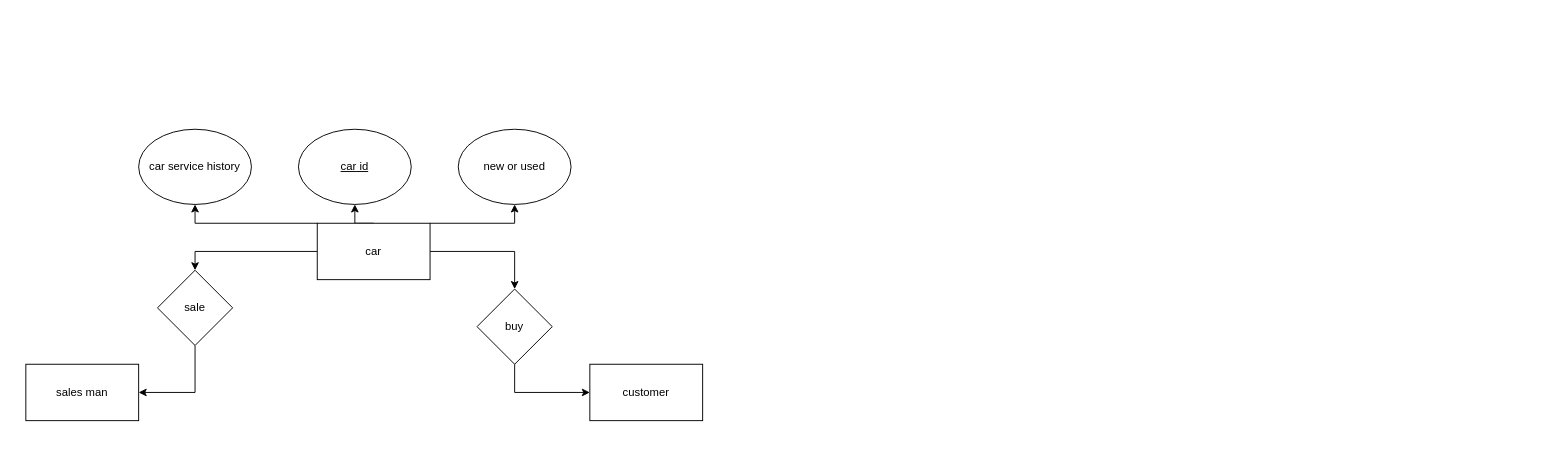
Zoha-bigginer/z keeps this draw.io diagram as Untitled Diagram.drawio. Above is the earlier version. Source tidied: cells renumbered, new cells numbered last; positions are measured from the earlier drawing's top-left corner, leaving out a move shared by most shapes. Both pictures are drawn from the tidied source at 94%, with x=0, y=0 at pixel (25, 129).
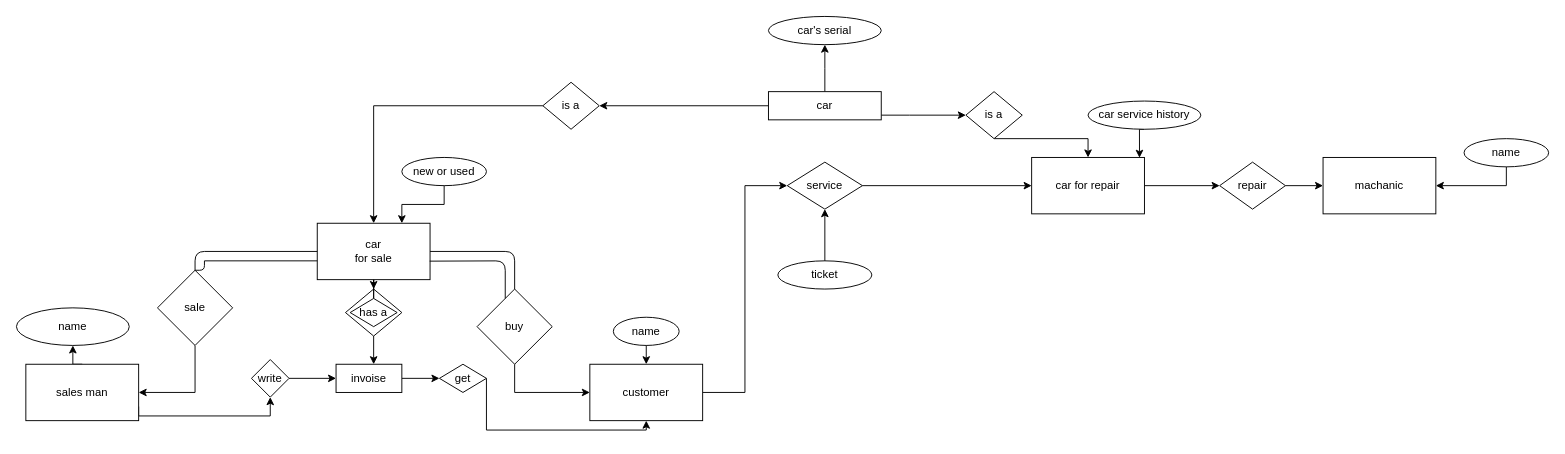
After the change.

Unchanged cells that the change refers to:
```xml
<mxCell id="11" value="&lt;div&gt;sales man&lt;/div&gt;" style="rounded=0;whiteSpace=wrap;html=1;" parent="1" vertex="1">
  <mxGeometry y="250" width="120" height="60" as="geometry" />
</mxCell>
<mxCell id="12" value="&lt;div&gt;customer&lt;/div&gt;" style="rounded=0;whiteSpace=wrap;html=1;" parent="1" vertex="1">
  <mxGeometry x="600" y="250" width="120" height="60" as="geometry" />
</mxCell>
<mxCell id="14" value="&lt;div&gt;sale&lt;/div&gt;" style="rhombus;whiteSpace=wrap;html=1;" parent="1" vertex="1">
  <mxGeometry x="140" y="150" width="80" height="80" as="geometry" />
</mxCell>
<mxCell id="16" value="&lt;div&gt;buy&lt;/div&gt;" style="rhombus;whiteSpace=wrap;html=1;" parent="1" vertex="1">
  <mxGeometry x="480" y="170" width="80" height="80" as="geometry" />
</mxCell>
```

Diff of the diagram source:
```diff
@@
-    <mxCell id="2" style="edgeStyle=orthogonalEdgeStyle;rounded=0;jettySize=auto;html=1;exitX=0;exitY=0;exitDx=0;exitDy=0;entryX=0.5;entryY=1;entryDx=0;entryDy=0;" parent="1" edge="1" source="7" target="10">
-      <mxGeometry relative="1" as="geometry">
-        <Array as="points">
-          <mxPoint x="180" y="100" />
-        </Array>
-      </mxGeometry>
-    </mxCell>
-    <mxCell id="3" style="edgeStyle=orthogonalEdgeStyle;rounded=0;jettySize=auto;html=1;exitX=0.5;exitY=0;exitDx=0;exitDy=0;entryX=0.5;entryY=1;entryDx=0;entryDy=0;" parent="1" edge="1" source="7" target="9">
-      <mxGeometry relative="1" as="geometry" />
-    </mxCell>
-    <mxCell id="4" style="edgeStyle=orthogonalEdgeStyle;rounded=0;jettySize=auto;html=1;exitX=1;exitY=0;exitDx=0;exitDy=0;entryX=0.5;entryY=1;entryDx=0;entryDy=0;" parent="1" edge="1" source="7" target="8">
-      <mxGeometry relative="1" as="geometry">
-        <Array as="points">
-          <mxPoint x="520" y="100" />
-        </Array>
-      </mxGeometry>
-    </mxCell>
-    <mxCell id="5" style="edgeStyle=orthogonalEdgeStyle;rounded=0;jettySize=auto;html=1;exitX=0;exitY=0.5;exitDx=0;exitDy=0;entryX=0.5;entryY=0;entryDx=0;entryDy=0;" parent="1" edge="1" source="7" target="14">
-      <mxGeometry relative="1" as="geometry" />
-    </mxCell>
-    <mxCell id="6" style="edgeStyle=orthogonalEdgeStyle;rounded=0;jettySize=auto;html=1;exitX=1;exitY=0.5;exitDx=0;exitDy=0;entryX=0.5;entryY=0;entryDx=0;entryDy=0;" parent="1" edge="1" source="7" target="16">
-      <mxGeometry relative="1" as="geometry" />
-    </mxCell>
+    <mxCell id="17" style="edgeStyle=orthogonalEdgeStyle;rounded=0;jettySize=auto;html=1;exitX=0.5;exitY=1;exitDx=0;exitDy=0;" parent="1" edge="1" source="7" target="34">
+      <mxGeometry relative="1" as="geometry" />
+    </mxCell>
-    <mxCell id="7" value="&lt;div&gt;car&lt;/div&gt;" style="rounded=0;whiteSpace=wrap;html=1;" parent="1" vertex="1">
+    <mxCell id="7" value="&lt;div&gt;car&lt;/div&gt;&lt;div&gt;for sale&lt;/div&gt;" style="rounded=0;whiteSpace=wrap;html=1;" parent="1" vertex="1">
       <mxGeometry x="310" y="100" width="120" height="60" as="geometry" />
     </mxCell>
-    <mxCell id="8" value="&lt;div&gt;new or used&lt;/div&gt;" style="ellipse;whiteSpace=wrap;html=1;" parent="1" vertex="1">
-      <mxGeometry x="460" width="120" height="80" as="geometry" />
-    </mxCell>
-    <mxCell id="9" value="&lt;u&gt;car id&lt;/u&gt;" style="ellipse;whiteSpace=wrap;html=1;" parent="1" vertex="1">
-      <mxGeometry x="290" width="120" height="80" as="geometry" />
-    </mxCell>
-    <mxCell id="10" value="&lt;div&gt;car service history&lt;/div&gt;" style="ellipse;whiteSpace=wrap;html=1;" parent="1" vertex="1">
-      <mxGeometry x="120" width="120" height="80" as="geometry" />
-    </mxCell>
+    <mxCell id="18" style="edgeStyle=orthogonalEdgeStyle;rounded=0;jettySize=auto;html=1;exitX=1;exitY=0.75;exitDx=0;exitDy=0;entryX=0.5;entryY=1;entryDx=0;entryDy=0;" parent="1" edge="1" source="11" target="29">
+      <mxGeometry relative="1" as="geometry">
+        <Array as="points">
+          <mxPoint x="120" y="305" />
+          <mxPoint x="260" y="305" />
+        </Array>
+      </mxGeometry>
+    </mxCell>
+    <mxCell id="19" style="edgeStyle=orthogonalEdgeStyle;rounded=0;jettySize=auto;html=1;exitX=0.5;exitY=0;exitDx=0;exitDy=0;entryX=0.5;entryY=1;entryDx=0;entryDy=0;" parent="1" edge="1" source="11" target="35">
+      <mxGeometry relative="1" as="geometry" />
+    </mxCell>
@@
+    <mxCell id="20" style="edgeStyle=orthogonalEdgeStyle;rounded=0;jettySize=auto;html=1;exitX=1;exitY=0.5;exitDx=0;exitDy=0;entryX=0;entryY=0.5;entryDx=0;entryDy=0;" parent="1" edge="1" source="12" target="54">
+      <mxGeometry relative="1" as="geometry" />
+    </mxCell>
@@
+    <mxCell id="21" style="endArrow=none;html=1;exitX=0.997;exitY=0.672;exitDx=0;exitDy=0;exitPerimeter=0;entryX=0.375;entryY=0.125;entryDx=0;entryDy=0;entryPerimeter=0;" parent="1" edge="1" source="7" target="16">
+      <mxGeometry relative="1" as="geometry">
+        <Array as="points">
+          <mxPoint x="510" y="140" />
+        </Array>
+      </mxGeometry>
+    </mxCell>
+    <mxCell id="22" style="endArrow=none;html=1;exitX=1;exitY=0.5;exitDx=0;exitDy=0;entryX=0.5;entryY=0;entryDx=0;entryDy=0;" parent="1" edge="1" source="7" target="16">
+      <mxGeometry relative="1" as="geometry">
+        <Array as="points">
+          <mxPoint x="520" y="130" />
+        </Array>
+      </mxGeometry>
+    </mxCell>
+    <mxCell id="23" style="endArrow=none;html=1;exitX=0.5;exitY=0;exitDx=0;exitDy=0;" parent="1" edge="1" source="14">
+      <mxGeometry relative="1" as="geometry">
+        <mxPoint x="190" y="140" as="targetPoint" />
+        <Array as="points">
+          <mxPoint x="190" y="150" />
+        </Array>
+      </mxGeometry>
+    </mxCell>
+    <mxCell id="24" style="endArrow=none;html=1;" parent="1" edge="1">
+      <mxGeometry relative="1" as="geometry">
+        <mxPoint x="190" y="140" as="sourcePoint" />
+        <mxPoint x="310" y="140" as="targetPoint" />
+      </mxGeometry>
+    </mxCell>
+    <mxCell id="25" style="endArrow=none;html=1;entryX=0;entryY=0.5;entryDx=0;entryDy=0;" parent="1" edge="1" target="7">
+      <mxGeometry relative="1" as="geometry">
+        <mxPoint x="180" y="150" as="sourcePoint" />
+        <Array as="points">
+          <mxPoint x="180" y="130" />
+        </Array>
+      </mxGeometry>
+    </mxCell>
+    <mxCell id="26" style="edgeStyle=orthogonalEdgeStyle;rounded=0;jettySize=auto;html=1;exitX=1;exitY=0.5;exitDx=0;exitDy=0;entryX=0;entryY=0.5;entryDx=0;entryDy=0;" parent="1" edge="1" source="27" target="31">
+      <mxGeometry relative="1" as="geometry" />
+    </mxCell>
+    <mxCell id="27" value="invoise" style="rounded=0;whiteSpace=wrap;html=1;" parent="1" vertex="1">
+      <mxGeometry x="330" y="250" width="70" height="30" as="geometry" />
+    </mxCell>
+    <mxCell id="28" style="edgeStyle=orthogonalEdgeStyle;rounded=0;jettySize=auto;html=1;exitX=1;exitY=0.5;exitDx=0;exitDy=0;entryX=0;entryY=0.5;entryDx=0;entryDy=0;" parent="1" edge="1" source="29" target="27">
+      <mxGeometry relative="1" as="geometry" />
+    </mxCell>
+    <mxCell id="29" value="&lt;div&gt;write&lt;/div&gt;" style="rhombus;whiteSpace=wrap;html=1;" parent="1" vertex="1">
+      <mxGeometry x="240" y="245" width="40" height="40" as="geometry" />
+    </mxCell>
+    <mxCell id="30" style="edgeStyle=orthogonalEdgeStyle;rounded=0;jettySize=auto;html=1;exitX=1;exitY=0.5;exitDx=0;exitDy=0;entryX=0.5;entryY=1;entryDx=0;entryDy=0;" parent="1" edge="1" source="31" target="12">
+      <mxGeometry relative="1" as="geometry">
+        <Array as="points">
+          <mxPoint x="490" y="320" />
+          <mxPoint x="660" y="320" />
+        </Array>
+      </mxGeometry>
+    </mxCell>
+    <mxCell id="31" value="&lt;div&gt;get&lt;/div&gt;" style="rhombus;whiteSpace=wrap;html=1;" parent="1" vertex="1">
+      <mxGeometry x="440" y="250" width="50" height="30" as="geometry" />
+    </mxCell>
+    <mxCell id="32" value="&lt;div&gt;has a&lt;/div&gt;" style="rhombus;whiteSpace=wrap;html=1;" parent="1" vertex="1">
+      <mxGeometry x="345" y="180" width="50" height="30" as="geometry" />
+    </mxCell>
+    <mxCell id="33" style="edgeStyle=orthogonalEdgeStyle;rounded=0;jettySize=auto;html=1;exitX=0.5;exitY=1;exitDx=0;exitDy=0;" parent="1" edge="1" source="34">
+      <mxGeometry relative="1" as="geometry">
+        <mxPoint x="370" y="250" as="targetPoint" />
+      </mxGeometry>
+    </mxCell>
+    <mxCell id="34" style="rhombus;whiteSpace=wrap;html=1;fillColor=none;" parent="1" vertex="1">
+      <mxGeometry x="340" y="170" width="60" height="50" as="geometry" />
+    </mxCell>
+    <mxCell id="35" value="name" style="ellipse;whiteSpace=wrap;html=1;fillColor=none;" parent="1" vertex="1">
+      <mxGeometry x="-10" y="190" width="120" height="40" as="geometry" />
+    </mxCell>
+    <mxCell id="36" style="edgeStyle=orthogonalEdgeStyle;rounded=0;jettySize=auto;html=1;exitX=0.5;exitY=1;exitDx=0;exitDy=0;" parent="1" edge="1" source="37" target="12">
+      <mxGeometry relative="1" as="geometry">
+        <Array as="points">
+          <mxPoint x="660" y="230" />
+        </Array>
+      </mxGeometry>
+    </mxCell>
+    <mxCell id="37" value="&lt;div&gt;name&lt;/div&gt;" style="ellipse;whiteSpace=wrap;html=1;fillColor=none;" parent="1" vertex="1">
+      <mxGeometry x="625" y="200" width="70" height="30" as="geometry" />
+    </mxCell>
+    <mxCell id="38" style="edgeStyle=orthogonalEdgeStyle;rounded=0;jettySize=auto;html=1;exitX=0.5;exitY=0;exitDx=0;exitDy=0;entryX=0.5;entryY=1;entryDx=0;entryDy=0;" parent="1" edge="1" source="41">
+      <mxGeometry relative="1" as="geometry">
+        <mxPoint x="850" y="-90" as="targetPoint" />
+      </mxGeometry>
+    </mxCell>
+    <mxCell id="39" style="edgeStyle=orthogonalEdgeStyle;rounded=0;jettySize=auto;html=1;exitX=0;exitY=0.5;exitDx=0;exitDy=0;entryX=1;entryY=0.5;entryDx=0;entryDy=0;" parent="1" edge="1" source="41" target="48">
+      <mxGeometry relative="1" as="geometry" />
+    </mxCell>
+    <mxCell id="40" style="edgeStyle=orthogonalEdgeStyle;rounded=0;jettySize=auto;html=1;" parent="1" edge="1" source="41" target="46">
+      <mxGeometry relative="1" as="geometry">
+        <Array as="points">
+          <mxPoint x="940" y="-15" />
+          <mxPoint x="940" y="-15" />
+        </Array>
+      </mxGeometry>
+    </mxCell>
+    <mxCell id="41" value="&lt;div&gt;car&lt;/div&gt;" style="rounded=0;whiteSpace=wrap;html=1;" parent="1" vertex="1">
+      <mxGeometry x="790" y="-40" width="120" height="30" as="geometry" />
+    </mxCell>
+    <mxCell id="42" style="edgeStyle=orthogonalEdgeStyle;rounded=0;jettySize=auto;html=1;exitX=1;exitY=0.5;exitDx=0;exitDy=0;entryX=0;entryY=0.5;entryDx=0;entryDy=0;" parent="1" edge="1" source="43" target="57">
+      <mxGeometry relative="1" as="geometry" />
+    </mxCell>
+    <mxCell id="43" value="car for repair" style="rounded=0;whiteSpace=wrap;html=1;" parent="1" vertex="1">
+      <mxGeometry x="1070" y="30" width="120" height="60" as="geometry" />
+    </mxCell>
+    <mxCell id="44" value="car's serial" style="ellipse;whiteSpace=wrap;html=1;" parent="1" vertex="1">
+      <mxGeometry x="790" y="-120" width="120" height="30" as="geometry" />
+    </mxCell>
+    <mxCell id="45" style="edgeStyle=orthogonalEdgeStyle;rounded=0;jettySize=auto;html=1;exitX=0.5;exitY=1;exitDx=0;exitDy=0;entryX=0.5;entryY=0;entryDx=0;entryDy=0;" parent="1" edge="1" source="46" target="43">
+      <mxGeometry relative="1" as="geometry">
+        <Array as="points">
+          <mxPoint x="1130" y="10" />
+        </Array>
+      </mxGeometry>
+    </mxCell>
+    <mxCell id="46" value="is a" style="rhombus;whiteSpace=wrap;html=1;" parent="1" vertex="1">
+      <mxGeometry x="1000" y="-40" width="60" height="50" as="geometry" />
+    </mxCell>
+    <mxCell id="47" style="edgeStyle=orthogonalEdgeStyle;rounded=0;jettySize=auto;html=1;exitX=0;exitY=0.5;exitDx=0;exitDy=0;" parent="1" edge="1" source="48" target="7">
+      <mxGeometry relative="1" as="geometry" />
+    </mxCell>
+    <mxCell id="48" value="is a" style="rhombus;whiteSpace=wrap;html=1;" parent="1" vertex="1">
+      <mxGeometry x="550" y="-50" width="60" height="50" as="geometry" />
+    </mxCell>
+    <mxCell id="49" style="edgeStyle=orthogonalEdgeStyle;rounded=0;jettySize=auto;html=1;exitX=0.5;exitY=1;exitDx=0;exitDy=0;entryX=0.75;entryY=0;entryDx=0;entryDy=0;" parent="1" edge="1" source="8" target="7">
+      <mxGeometry relative="1" as="geometry" />
+    </mxCell>
+    <mxCell id="8" value="&lt;div&gt;new or used&lt;/div&gt;" style="ellipse;whiteSpace=wrap;html=1;" parent="1" vertex="1">
+      <mxGeometry x="400" y="30" width="90" height="30" as="geometry" />
+    </mxCell>
+    <mxCell id="50" style="edgeStyle=orthogonalEdgeStyle;rounded=0;jettySize=auto;html=1;exitX=0.5;exitY=1;exitDx=0;exitDy=0;entryX=0.956;entryY=0.006;entryDx=0;entryDy=0;entryPerimeter=0;" parent="1" edge="1" source="10" target="43">
+      <mxGeometry relative="1" as="geometry" />
+    </mxCell>
+    <mxCell id="10" value="&lt;div&gt;car service history&lt;/div&gt;" style="ellipse;whiteSpace=wrap;html=1;" parent="1" vertex="1">
+      <mxGeometry x="1130" y="-30" width="120" height="30" as="geometry" />
+    </mxCell>
+    <mxCell id="51" style="edgeStyle=orthogonalEdgeStyle;rounded=0;jettySize=auto;html=1;exitX=0.5;exitY=0;exitDx=0;exitDy=0;entryX=0.5;entryY=1;entryDx=0;entryDy=0;" parent="1" edge="1" source="52" target="54">
+      <mxGeometry relative="1" as="geometry" />
+    </mxCell>
+    <mxCell id="52" value="ticket" style="ellipse;whiteSpace=wrap;html=1;fillColor=none;" parent="1" vertex="1">
+      <mxGeometry x="800" y="140" width="100" height="30" as="geometry" />
+    </mxCell>
+    <mxCell id="53" style="edgeStyle=orthogonalEdgeStyle;rounded=0;jettySize=auto;html=1;exitX=1;exitY=0.5;exitDx=0;exitDy=0;entryX=0;entryY=0.5;entryDx=0;entryDy=0;" parent="1" edge="1" source="54" target="43">
+      <mxGeometry relative="1" as="geometry">
+        <Array as="points">
+          <mxPoint x="890" y="60" />
+        </Array>
+      </mxGeometry>
+    </mxCell>
+    <mxCell id="54" value="&lt;div&gt;service&lt;/div&gt;" style="rhombus;whiteSpace=wrap;html=1;fillColor=none;" parent="1" vertex="1">
+      <mxGeometry x="810" y="35" width="80" height="50" as="geometry" />
+    </mxCell>
+    <mxCell id="55" value="machanic" style="rounded=0;whiteSpace=wrap;html=1;fillColor=none;" parent="1" vertex="1">
+      <mxGeometry x="1380" y="30" width="120" height="60" as="geometry" />
+    </mxCell>
+    <mxCell id="56" style="edgeStyle=orthogonalEdgeStyle;rounded=0;jettySize=auto;html=1;" parent="1" edge="1" source="57" target="55">
+      <mxGeometry relative="1" as="geometry" />
+    </mxCell>
+    <mxCell id="57" value="repair" style="rhombus;whiteSpace=wrap;html=1;fillColor=none;" parent="1" vertex="1">
+      <mxGeometry x="1270" y="35" width="70" height="50" as="geometry" />
+    </mxCell>
+    <mxCell id="58" style="edgeStyle=orthogonalEdgeStyle;rounded=0;jettySize=auto;html=1;exitX=0.5;exitY=1;exitDx=0;exitDy=0;entryX=1;entryY=0.5;entryDx=0;entryDy=0;" parent="1" edge="1" source="59" target="55">
+      <mxGeometry relative="1" as="geometry" />
+    </mxCell>
+    <mxCell id="59" value="name" style="ellipse;whiteSpace=wrap;html=1;fillColor=none;" parent="1" vertex="1">
+      <mxGeometry x="1530" y="10" width="90" height="30" as="geometry" />
+    </mxCell>
```
